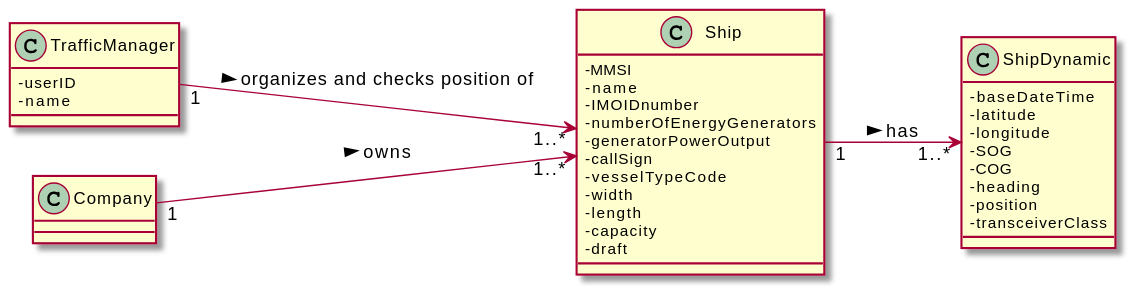
This is docs/US103/US103_DM.svg from RuiRioPina/CargoMaster, a PlantUML export, as it was before one commit.
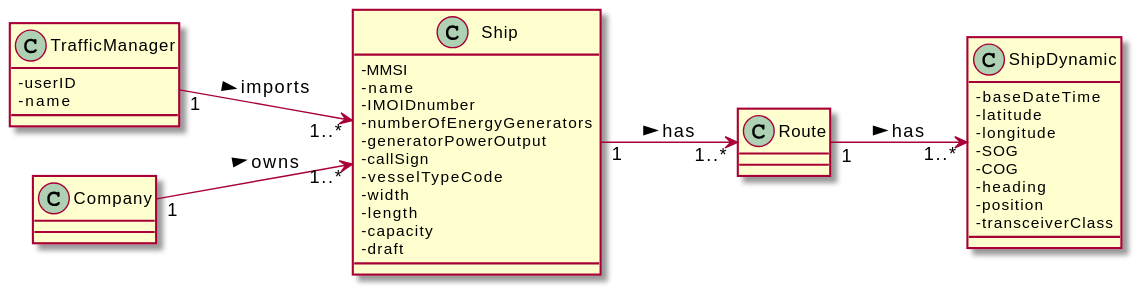
The same diagram one commit later.

Diff of the diagram source:
```diff
@@ -29,8 +29,8 @@
 -position
 -transceiverClass
 }
-TrafficManager "1" --> "1..*" Ship : organizes and checks position of >
-
-Ship "1" --> "1..*" ShipDynamic : has >
+TrafficManager "1" --> "1..*" Ship : imports >
+Ship "1" --> "1..*" Route : has >
+Route "1" --> "1..*" ShipDynamic : has >
 Company"1" --> "1..*" Ship : owns >
 @enduml
```
